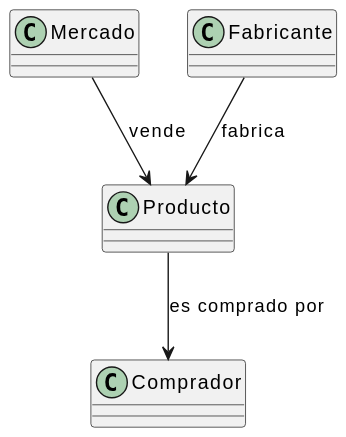
Before: entregas/perezAdrian/reto01/CicloDeVida/ClasesVida.svg, a diagram exported from PlantUML (mmasias/24-25-IdSw1).
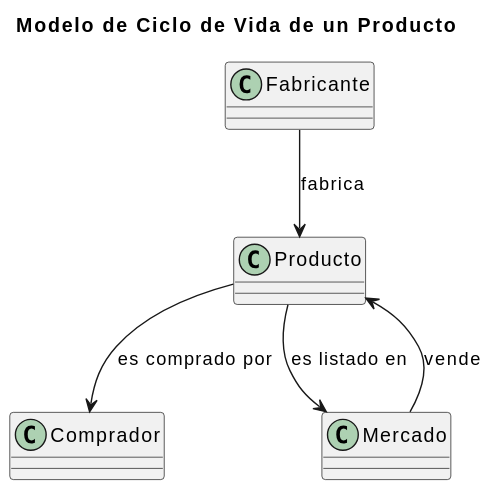
Above is the later version.

Commit message:
Cambio de lógica en clases vida

Diff of the diagram source:
```diff
@@ -1,4 +1,6 @@
 @startuml
+title Modelo de Ciclo de Vida de un Producto
+
 class Producto
 
 class Comprador
@@ -7,7 +9,8 @@
 
 class Fabricante
 
-Producto --> Comprador: es comprado por
-Mercado -->  Producto : vende
-Fabricante --> Producto : fabrica
+Producto --> Comprador: "es comprado por"
+Mercado --> Producto: "vende"
+Fabricante --> Producto: "fabrica"
+Producto --> Mercado: "es listado en"
 @enduml
```
